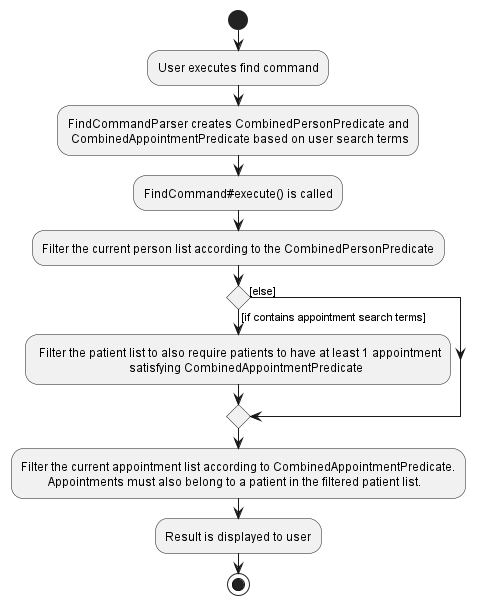
Earlier version of the PlantUML export docs/images/FindActivityDiagram.png (nus-cs2103-AY2223S1/tp).
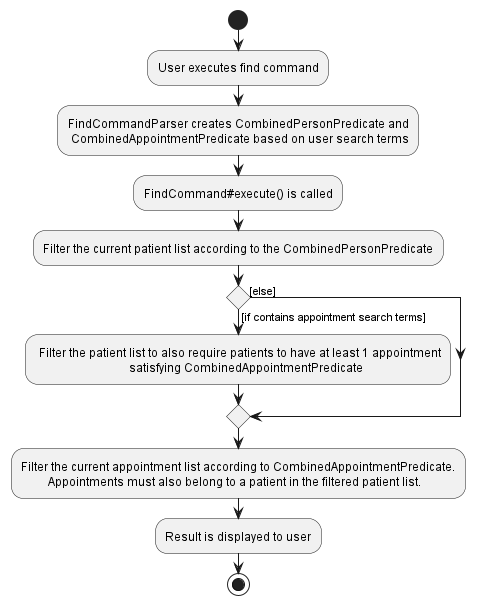
After the commit.

Commit message:
Fix find activity diagram inconsistency

Diff of the diagram source:
```diff
@@ -4,7 +4,7 @@
 :FindCommandParser creates CombinedPersonPredicate and
  CombinedAppointmentPredicate based on user search terms;
 :FindCommand#execute() is called;
-:Filter the current person list according to the CombinedPersonPredicate;
+:Filter the current patient list according to the CombinedPersonPredicate;
 if () then ([if contains appointment search terms])
     : Filter the patient list to also require patients to have at least 1 appointment
                                    satisfying CombinedAppointmentPredicate;
```
